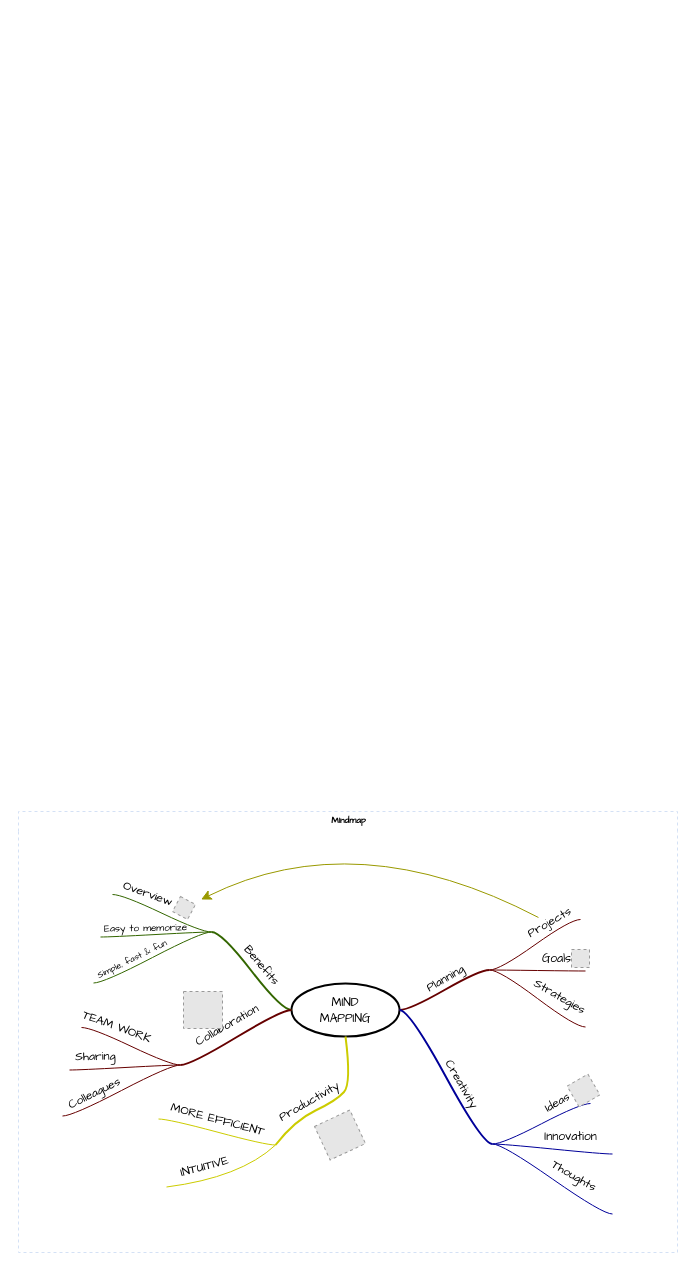
Above: KomaxDaqoLink.drawio in vicode117/draw-io (draw.io), before the change. Source tidied: cells renumbered, new cells numbered last; positions are measured from the earlier drawing's top-left corner, leaving out a move shared by most shapes. Both pictures are drawn from the tidied source at 100%, with x=0, y=0 at pixel (18, 811). Pictures stored in the file or linked from it are replaced by grey dashed boxes.
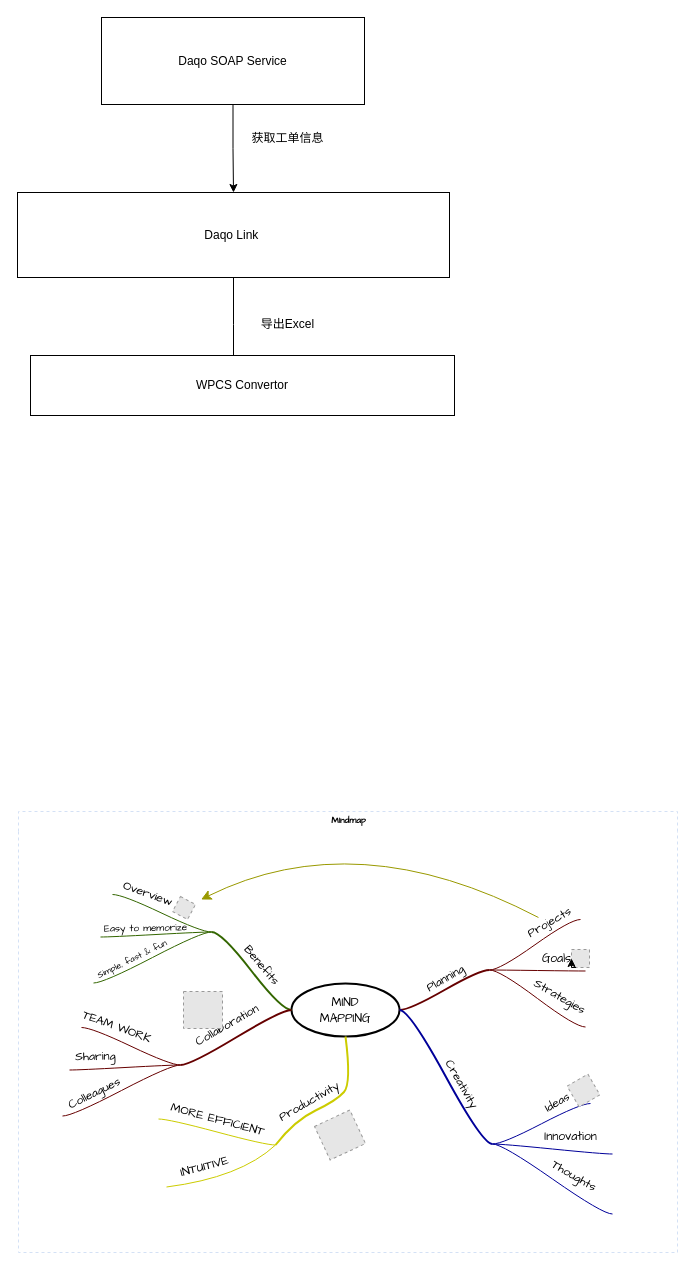
The same page after the edit.

The change refers to these unchanged cells:
```xml
<mxCell id="2" value="Mindmap" style="swimlane;html=1;startSize=20;horizontal=1;containerType=tree;labelBackgroundColor=none;strokeColor=#D4E1F5;strokeWidth=1;fillColor=none;fontFamily=Comic Sans MS;fontSize=9;swimlaneLine=0;dashed=1;" parent="1" vertex="1">
  <mxGeometry width="659" height="441" as="geometry" />
</mxCell>
<mxCell id="30" style="fillColor=#E6E6E6;strokeColor=#999999;dashed=1;html=1;verticalAlign=top;verticalLabelPosition=bottom;labelBackgroundColor=#ffffff;fontFamily=Comic Sans MS;" parent="2" vertex="1">
  <mxGeometry x="553" y="138" width="18" height="18" as="geometry" />
</mxCell>
```

The edit, as a diff of the source:
```diff
@@
-    <mxCell id="25" style="whiteSpace=wrap;html=1;rounded=1;arcSize=50;align=center;verticalAlign=middle;strokeWidth=1;spacing=4;" parent="2" vertex="1">
+    <mxCell id="25" style="whiteSpace=wrap;html=1;rounded=1;arcSize=50;align=center;verticalAlign=middle;strokeWidth=1;spacing=4;" parent="2" vertex="1" collapsed="1">
       <mxGeometry x="594" y="402" height="1" as="geometry" />
     </mxCell>
@@
+    <mxCell id="72" style="edgeStyle=orthogonalEdgeStyle;rounded=0;orthogonalLoop=1;jettySize=auto;html=1;exitX=0.25;exitY=1;exitDx=0;exitDy=0;entryX=0;entryY=0.5;entryDx=0;entryDy=0;" parent="2" edge="1" source="30" target="30">
+      <mxGeometry relative="1" as="geometry" />
+    </mxCell>
+    <mxCell id="73" style="edgeStyle=orthogonalEdgeStyle;rounded=0;jettySize=auto;html=1;" parent="1" edge="1" source="74" target="76">
+      <mxGeometry relative="1" as="geometry" />
+    </mxCell>
+    <mxCell id="74" value="Daqo SOAP Service" style="rounded=0;whiteSpace=wrap;html=1;" parent="1" vertex="1">
+      <mxGeometry x="83" y="-794" width="263" height="87" as="geometry" />
+    </mxCell>
+    <mxCell id="75" style="edgeStyle=orthogonalEdgeStyle;rounded=0;jettySize=auto;html=1;" parent="1" edge="1" source="76">
+      <mxGeometry relative="1" as="geometry">
+        <mxPoint x="215" y="-440" as="targetPoint" />
+      </mxGeometry>
+    </mxCell>
+    <mxCell id="76" value="Daqo Link&amp;nbsp;" style="rounded=0;whiteSpace=wrap;html=1;" parent="1" vertex="1">
+      <mxGeometry x="-1" y="-619" width="432" height="85" as="geometry" />
+    </mxCell>
+    <mxCell id="77" value="获取工单信息" style="text;html=1;align=center;verticalAlign=middle;strokeColor=none;fillColor=none;" parent="1" vertex="1">
+      <mxGeometry x="224" y="-686" width="90" height="26" as="geometry" />
+    </mxCell>
+    <mxCell id="78" value="WPCS Convertor" style="whiteSpace=wrap;html=1;" parent="1" vertex="1">
+      <mxGeometry x="12" y="-456" width="424" height="60" as="geometry" />
+    </mxCell>
+    <mxCell id="79" value="导出Excel" style="text;html=1;align=center;verticalAlign=middle;strokeColor=none;fillColor=none;" parent="1" vertex="1">
+      <mxGeometry x="233.5" y="-500" width="71" height="26" as="geometry" />
+    </mxCell>
```
